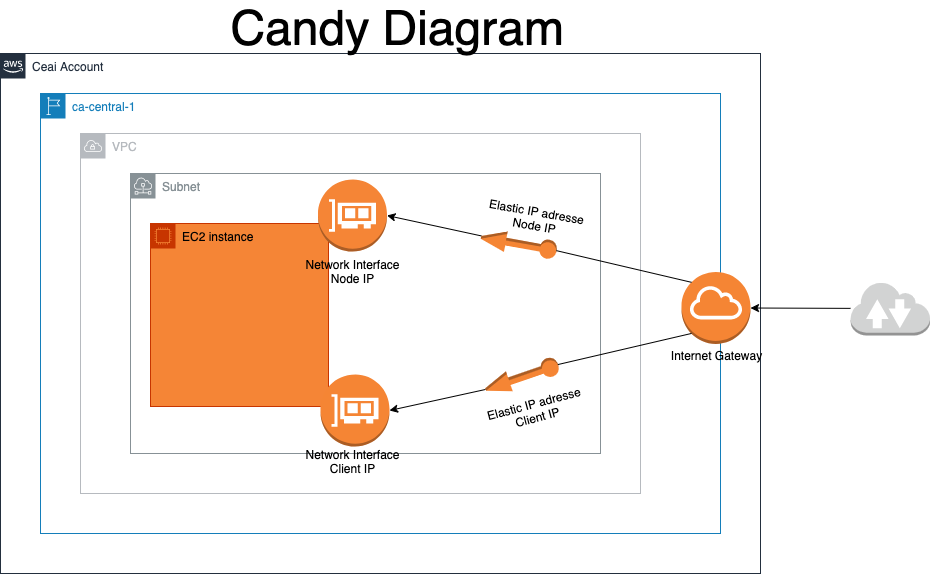
Before: terraform/aws/diagrams/Candy-Diagram.drawio.png, a diagram exported from draw.io (ICCS-ISAC/Candy). Source tidied: cells renumbered, new cells last; positions are measured from the earlier drawing's top-left corner, leaving out a move shared by most shapes.
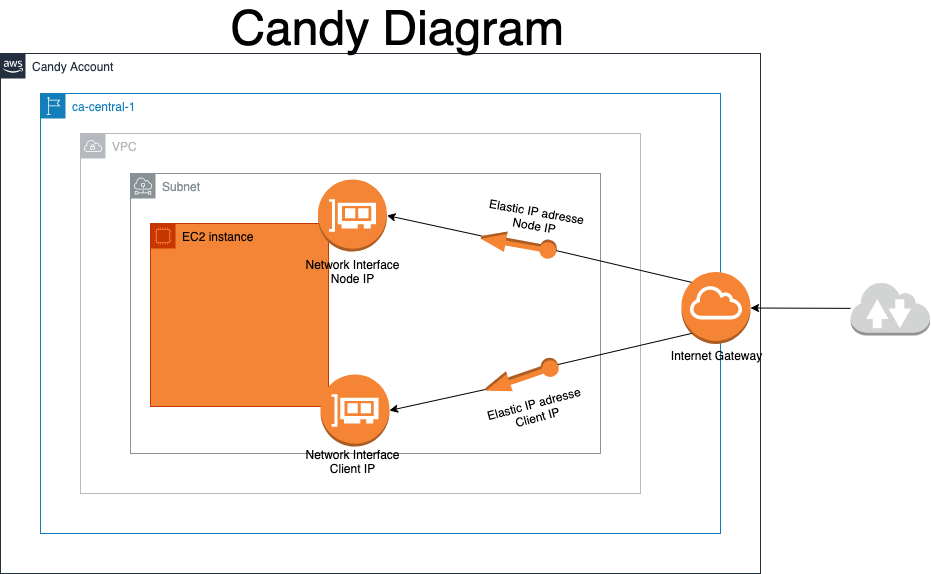
After the change.

Commit message:
Modify Candy diagram

Diff of the diagram source:
```diff
@@ -2,7 +2,7 @@
   <root>
     <mxCell id="0" />
     <mxCell id="1" parent="0" />
-    <mxCell id="2" value="Ceai Account" style="gradientColor=none;html=1;whiteSpace=wrap;fontSize=12;fontStyle=0;shape=mxgraph.aws4.group;grIcon=mxgraph.aws4.group_aws_cloud_alt;strokeColor=#232F3E;fillColor=none;verticalAlign=top;align=left;spacingLeft=30;fontColor=#232F3E;dashed=0;" parent="1" vertex="1">
+    <mxCell id="2" value="Candy Account" style="gradientColor=none;html=1;whiteSpace=wrap;fontSize=12;fontStyle=0;shape=mxgraph.aws4.group;grIcon=mxgraph.aws4.group_aws_cloud_alt;strokeColor=#232F3E;fillColor=none;verticalAlign=top;align=left;spacingLeft=30;fontColor=#232F3E;dashed=0;" parent="1" vertex="1">
       <mxGeometry y="40" width="760" height="520" as="geometry" />
     </mxCell>
     <mxCell id="3" value="ca-central-1" style="gradientColor=none;html=1;whiteSpace=wrap;fontSize=12;fontStyle=0;shape=mxgraph.aws4.group;grIcon=mxgraph.aws4.group_region;strokeColor=#147EBA;fillColor=none;verticalAlign=top;align=left;spacingLeft=30;fontColor=#147EBA;dashed=0;" parent="1" vertex="1">
```
